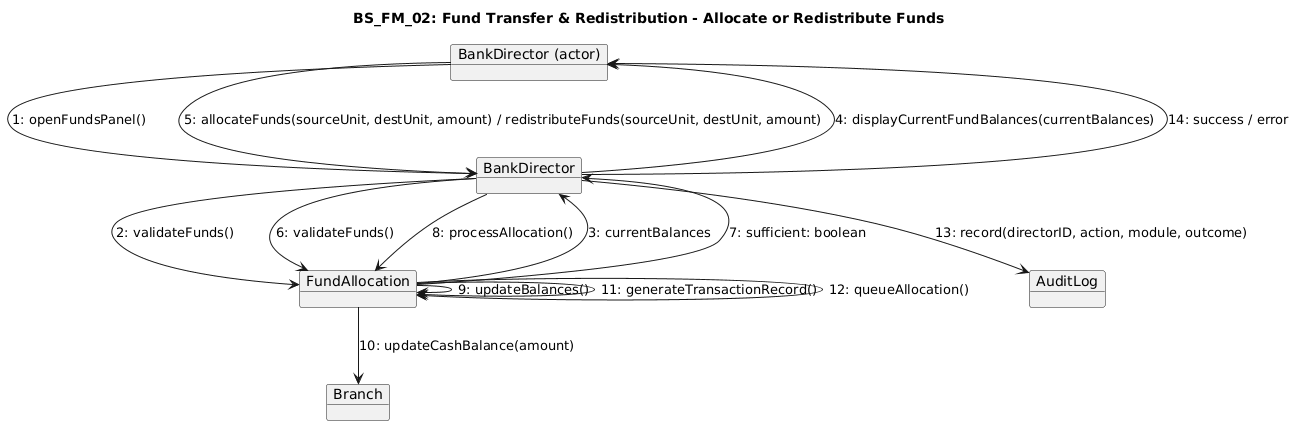
Before: Diagrams/Collaboration Diagrams/BS_FM_02.png, a diagram exported from PlantUML (erindkotobelli12/BankManagementSystem).
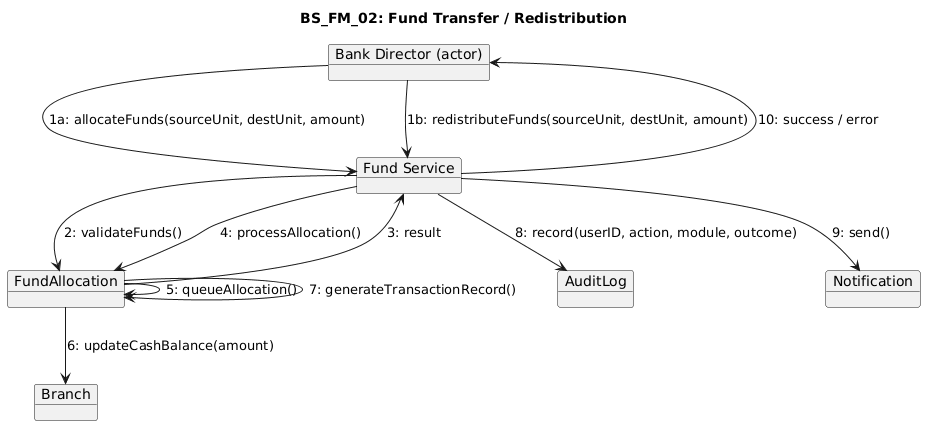
The same file after the commit.

What changed in the source:
```diff
@@ -1,28 +1,24 @@
 @startuml
-title BS_FM_02: Fund Transfer & Redistribution - Allocate or Redistribute Funds
+title BS_FM_02: Fund Transfer / Redistribution
 
-object "BankDirector (actor)" as BD
-object "BankDirector" as DC
+object "Bank Director (actor)" as BD
+object "Fund Service" as FS
 object "FundAllocation" as FA
 object "Branch" as B
 object "AuditLog" as AL
+object "Notification" as NS
 
-BD --> DC : 1: openFundsPanel()
-DC --> FA : 2: validateFunds()
-FA --> DC : 3: currentBalances
-DC --> BD : 4: displayCurrentFundBalances(currentBalances)
+BD --> FS : 1a: allocateFunds(sourceUnit, destUnit, amount)
+BD --> FS : 1b: redistributeFunds(sourceUnit, destUnit, amount)
+FS --> FA : 2: validateFunds()
+FA --> FS : 3: result
 
-BD --> DC : 5: allocateFunds(sourceUnit, destUnit, amount) / redistributeFunds(sourceUnit, destUnit, amount)
+FS --> FA : 4: processAllocation()
+FA --> FA : 5: queueAllocation()
+FA --> B : 6: updateCashBalance(amount)
+FA --> FA : 7: generateTransactionRecord()
 
-DC --> FA : 6: validateFunds()
-FA --> DC : 7: sufficient: boolean
-
-DC --> FA : 8: processAllocation()
-FA --> FA : 9: updateBalances()
-FA --> B : 10: updateCashBalance(amount)
-FA --> FA : 11: generateTransactionRecord()
-FA --> FA : 12: queueAllocation()
-
-DC --> AL : 13: record(directorID, action, module, outcome)
-DC --> BD : 14: success / error
+FS --> AL : 8: record(userID, action, module, outcome)
+FS --> NS : 9: send()
+FS --> BD : 10: success / error
 @enduml
```
